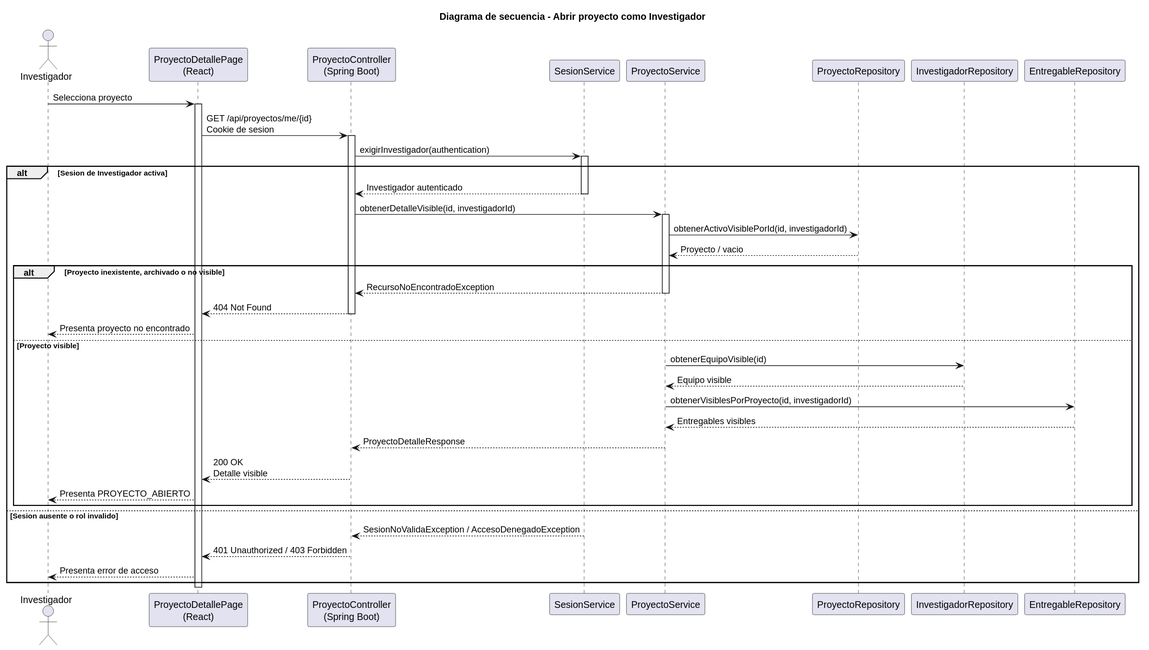
This is images/RUP/02-diseño/casos-uso/investigador/abrirProyecto/secuencia.svg from beatriizorozco/25-26-idsw2-sdVC, a PlantUML export, as it was before one commit.
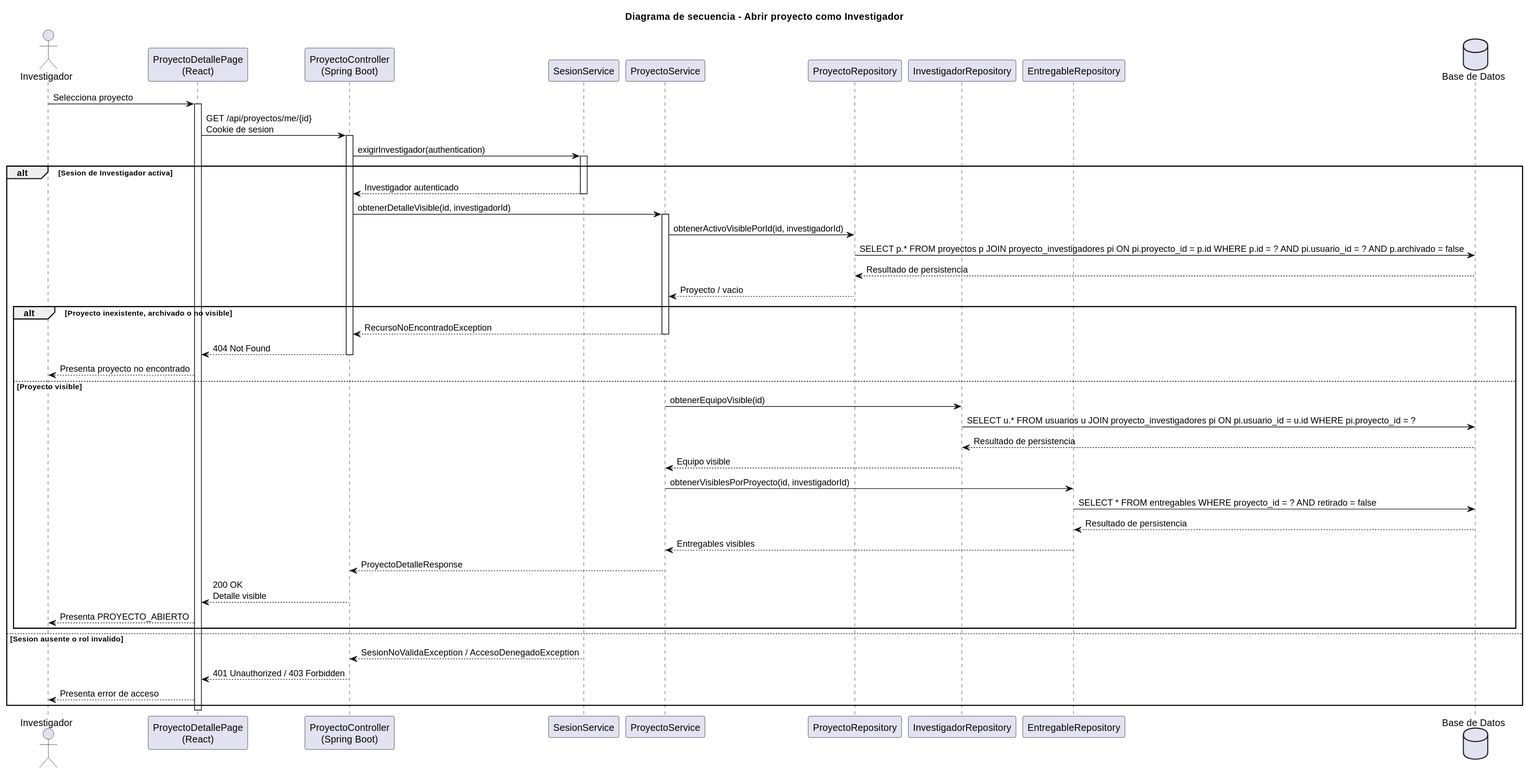
The same diagram one commit later.

What changed in the source:
```diff
@@ -9,6 +9,7 @@
 participant "ProyectoRepository" as Repo
 participant "InvestigadorRepository" as InvestigadorRepo
 participant "EntregableRepository" as EntregableRepo
+database "Base de Datos" as DB
 
 Investigador -> Frontend: Selecciona proyecto
 activate Frontend
@@ -22,6 +23,8 @@
     Api -> Service: obtenerDetalleVisible(id, investigadorId)
     activate Service
     Service -> Repo: obtenerActivoVisiblePorId(id, investigadorId)
+    Repo -> DB: SELECT p.* FROM proyectos p JOIN proyecto_investigadores pi ON pi.proyecto_id = p.id WHERE p.id = ? AND pi.usuario_id = ? AND p.archivado = false
+    DB --> Repo: Resultado de persistencia
     Repo --> Service: Proyecto / vacio
     alt Proyecto inexistente, archivado o no visible
         Service --> Api: RecursoNoEncontradoException
@@ -31,8 +34,12 @@
         Frontend --> Investigador: Presenta proyecto no encontrado
     else Proyecto visible
         Service -> InvestigadorRepo: obtenerEquipoVisible(id)
+        InvestigadorRepo -> DB: SELECT u.* FROM usuarios u JOIN proyecto_investigadores pi ON pi.usuario_id = u.id WHERE pi.proyecto_id = ?
+        DB --> InvestigadorRepo: Resultado de persistencia
         InvestigadorRepo --> Service: Equipo visible
         Service -> EntregableRepo: obtenerVisiblesPorProyecto(id, investigadorId)
+        EntregableRepo -> DB: SELECT * FROM entregables WHERE proyecto_id = ? AND retirado = false
+        DB --> EntregableRepo: Resultado de persistencia
         EntregableRepo --> Service: Entregables visibles
         Service --> Api: ProyectoDetalleResponse
         deactivate Service
```
